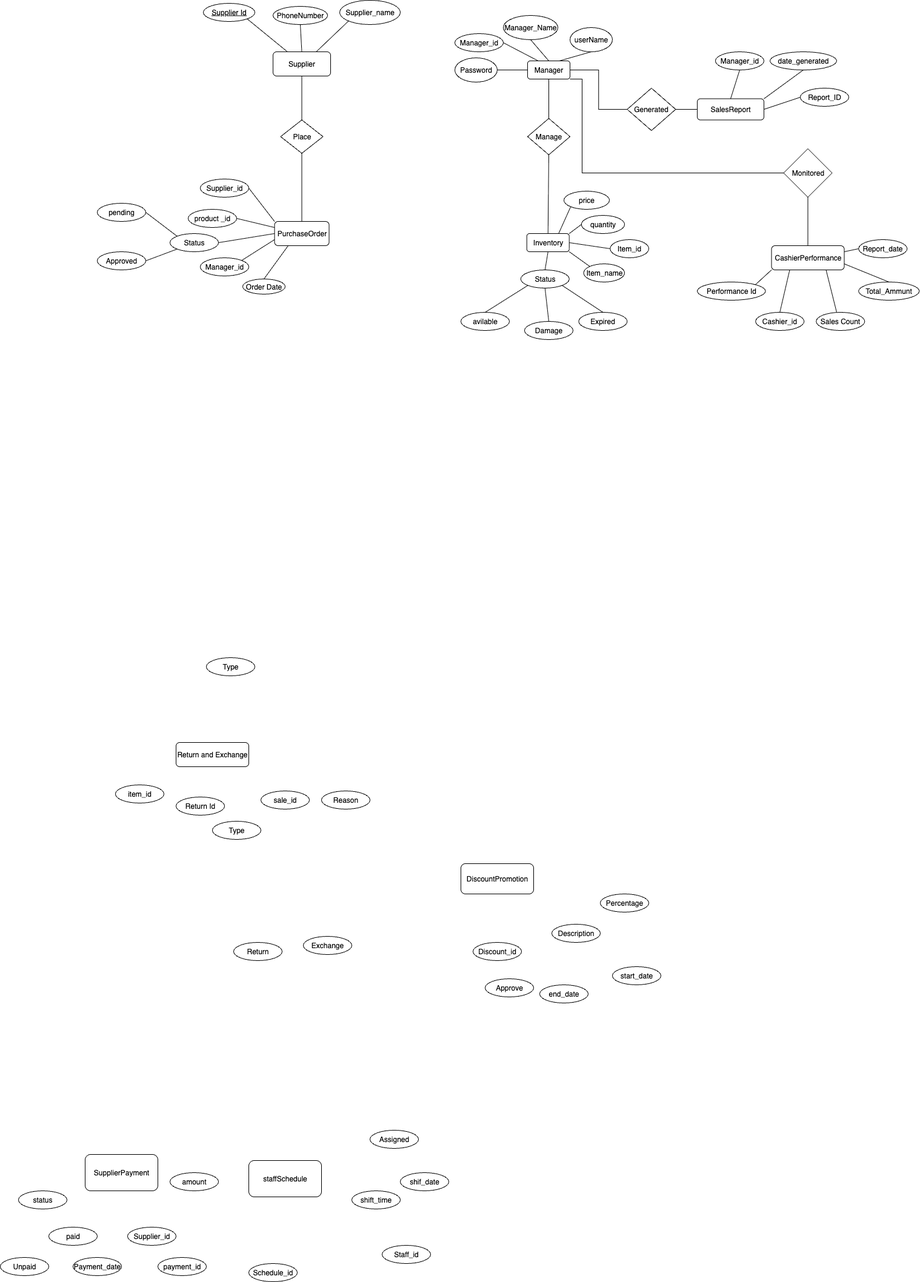
Before: Application ER .drawio.drawio.png, a diagram exported from draw.io (Application-Net-Framework/Shop-Management-System). Source tidied: cells renumbered, new cells last; positions are measured from the earlier drawing's top-left corner, leaving out a move shared by most shapes.
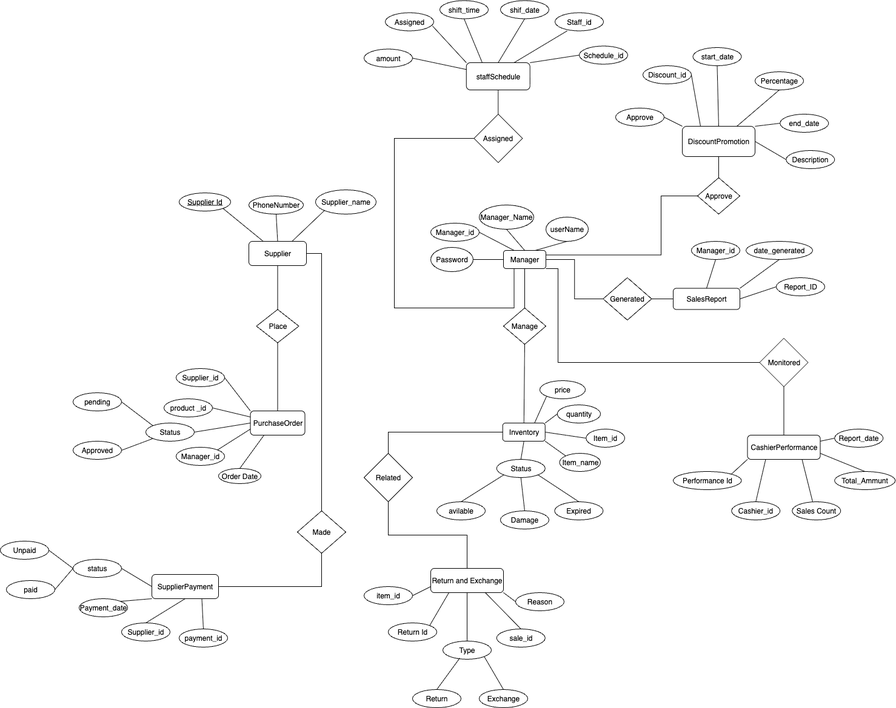
After the commit.

Change to the diagram source:
```diff
@@ -94,9 +94,6 @@
     <mxCell id="31" value="Report_ID" style="ellipse;whiteSpace=wrap;html=1;" parent="1" vertex="1">
       <mxGeometry x="1320" y="145" width="80" height="30" as="geometry" />
     </mxCell>
-    <mxCell id="32" value="Type" style="ellipse;whiteSpace=wrap;html=1;" parent="1" vertex="1">
-      <mxGeometry x="340" y="1085" width="80" height="30" as="geometry" />
-    </mxCell>
     <mxCell id="33" value="date_generated" style="ellipse;whiteSpace=wrap;html=1;" parent="1" vertex="1">
       <mxGeometry x="1270" y="85" width="110" height="30" as="geometry" />
     </mxCell>
@@ -122,91 +119,91 @@
       <mxGeometry x="1416.2" y="395" width="80" height="30" as="geometry" />
     </mxCell>
     <mxCell id="41" value="Return and Exchange" style="rounded=1;whiteSpace=wrap;html=1;" parent="1" vertex="1">
-      <mxGeometry x="290" y="1225" width="120" height="40" as="geometry" />
+      <mxGeometry x="750" y="625" width="120" height="40" as="geometry" />
     </mxCell>
     <mxCell id="42" value="Return Id" style="ellipse;whiteSpace=wrap;html=1;" parent="1" vertex="1">
-      <mxGeometry x="290" y="1315" width="80" height="30" as="geometry" />
+      <mxGeometry x="680" y="715" width="80" height="30" as="geometry" />
     </mxCell>
     <mxCell id="43" value="sale_id" style="ellipse;whiteSpace=wrap;html=1;" parent="1" vertex="1">
-      <mxGeometry x="430" y="1305" width="80" height="30" as="geometry" />
+      <mxGeometry x="858.8" y="725" width="80" height="30" as="geometry" />
     </mxCell>
     <mxCell id="44" value="item_id" style="ellipse;whiteSpace=wrap;html=1;" parent="1" vertex="1">
-      <mxGeometry x="190" y="1295" width="80" height="30" as="geometry" />
+      <mxGeometry x="640" y="655" width="80" height="30" as="geometry" />
     </mxCell>
     <mxCell id="45" value="Reason" style="ellipse;whiteSpace=wrap;html=1;" parent="1" vertex="1">
-      <mxGeometry x="530" y="1305" width="80" height="30" as="geometry" />
+      <mxGeometry x="890" y="665" width="80" height="30" as="geometry" />
     </mxCell>
     <mxCell id="46" value="Type" style="ellipse;whiteSpace=wrap;html=1;" parent="1" vertex="1">
-      <mxGeometry x="350" y="1355" width="80" height="30" as="geometry" />
+      <mxGeometry x="770" y="745" width="80" height="30" as="geometry" />
     </mxCell>
     <mxCell id="47" value="Exchange" style="ellipse;whiteSpace=wrap;html=1;" parent="1" vertex="1">
-      <mxGeometry x="500" y="1545" width="80" height="30" as="geometry" />
+      <mxGeometry x="830" y="825" width="80" height="30" as="geometry" />
     </mxCell>
     <mxCell id="48" value="Return" style="ellipse;whiteSpace=wrap;html=1;" parent="1" vertex="1">
-      <mxGeometry x="385" y="1555" width="80" height="30" as="geometry" />
+      <mxGeometry x="720" y="825" width="80" height="30" as="geometry" />
     </mxCell>
     <mxCell id="49" value="DiscountPromotion" style="rounded=1;whiteSpace=wrap;html=1;" parent="1" vertex="1">
-      <mxGeometry x="760" y="1425" width="120" height="50" as="geometry" />
+      <mxGeometry x="1165" y="-105" width="120" height="50" as="geometry" />
     </mxCell>
     <mxCell id="50" value="Discount_id" style="ellipse;whiteSpace=wrap;html=1;" parent="1" vertex="1">
-      <mxGeometry x="780" y="1555" width="80" height="30" as="geometry" />
+      <mxGeometry x="1100" y="-205" width="80" height="30" as="geometry" />
     </mxCell>
     <mxCell id="51" value="Description" style="ellipse;whiteSpace=wrap;html=1;" parent="1" vertex="1">
-      <mxGeometry x="910" y="1525" width="80" height="30" as="geometry" />
+      <mxGeometry x="1336.2" y="-65" width="80" height="30" as="geometry" />
     </mxCell>
     <mxCell id="52" value="Percentage" style="ellipse;whiteSpace=wrap;html=1;" parent="1" vertex="1">
-      <mxGeometry x="990" y="1475" width="80" height="30" as="geometry" />
+      <mxGeometry x="1285" y="-195" width="80" height="30" as="geometry" />
     </mxCell>
     <mxCell id="53" value="start_date" style="ellipse;whiteSpace=wrap;html=1;" parent="1" vertex="1">
-      <mxGeometry x="1010" y="1595" width="80" height="30" as="geometry" />
+      <mxGeometry x="1182.5" y="-235" width="80" height="30" as="geometry" />
     </mxCell>
     <mxCell id="54" value="end_date" style="ellipse;whiteSpace=wrap;html=1;" parent="1" vertex="1">
-      <mxGeometry x="890" y="1625" width="80" height="30" as="geometry" />
+      <mxGeometry x="1326.2" y="-125" width="80" height="30" as="geometry" />
     </mxCell>
     <mxCell id="55" value="Approve" style="ellipse;whiteSpace=wrap;html=1;" parent="1" vertex="1">
-      <mxGeometry x="800" y="1615" width="80" height="30" as="geometry" />
+      <mxGeometry x="1055" y="-135" width="80" height="30" as="geometry" />
     </mxCell>
     <mxCell id="56" value="staffSchedule" style="rounded=1;whiteSpace=wrap;html=1;" parent="1" vertex="1">
-      <mxGeometry x="410" y="1915" width="120" height="60" as="geometry" />
+      <mxGeometry x="808.8" y="-210" width="105" height="45" as="geometry" />
     </mxCell>
     <mxCell id="57" value="Schedule_id" style="ellipse;whiteSpace=wrap;html=1;" parent="1" vertex="1">
-      <mxGeometry x="410" y="2085" width="80" height="30" as="geometry" />
+      <mxGeometry x="995" y="-237.5" width="80" height="30" as="geometry" />
     </mxCell>
     <mxCell id="58" value="Staff_id" style="ellipse;whiteSpace=wrap;html=1;" parent="1" vertex="1">
-      <mxGeometry x="630" y="2055" width="80" height="30" as="geometry" />
+      <mxGeometry x="955" y="-292.5" width="80" height="30" as="geometry" />
     </mxCell>
     <mxCell id="59" value="shif_date" style="ellipse;whiteSpace=wrap;html=1;" parent="1" vertex="1">
-      <mxGeometry x="660" y="1935" width="80" height="30" as="geometry" />
+      <mxGeometry x="865" y="-312.5" width="80" height="30" as="geometry" />
     </mxCell>
     <mxCell id="60" value="shift_time" style="ellipse;whiteSpace=wrap;html=1;" parent="1" vertex="1">
-      <mxGeometry x="580" y="1965" width="80" height="30" as="geometry" />
+      <mxGeometry x="765" y="-312.5" width="80" height="30" as="geometry" />
     </mxCell>
     <mxCell id="61" value="Assigned" style="ellipse;whiteSpace=wrap;html=1;" parent="1" vertex="1">
-      <mxGeometry x="610" y="1865" width="80" height="30" as="geometry" />
+      <mxGeometry x="675" y="-292.5" width="80" height="30" as="geometry" />
     </mxCell>
     <mxCell id="62" value="SupplierPayment" style="rounded=1;whiteSpace=wrap;html=1;" parent="1" vertex="1">
-      <mxGeometry x="140" y="1905" width="120" height="60" as="geometry" />
+      <mxGeometry x="290" y="635" width="110" height="40" as="geometry" />
     </mxCell>
     <mxCell id="63" value="Supplier_id" style="ellipse;whiteSpace=wrap;html=1;" parent="1" vertex="1">
-      <mxGeometry x="210" y="2025" width="80" height="30" as="geometry" />
+      <mxGeometry x="240" y="715" width="80" height="30" as="geometry" />
     </mxCell>
     <mxCell id="64" value="payment_id" style="ellipse;whiteSpace=wrap;html=1;" parent="1" vertex="1">
-      <mxGeometry x="260" y="2075" width="80" height="30" as="geometry" />
+      <mxGeometry x="335" y="725" width="80" height="30" as="geometry" />
     </mxCell>
     <mxCell id="65" value="amount" style="ellipse;whiteSpace=wrap;html=1;" parent="1" vertex="1">
-      <mxGeometry x="280" y="1935" width="80" height="30" as="geometry" />
+      <mxGeometry x="640" y="-232.5" width="80" height="30" as="geometry" />
     </mxCell>
     <mxCell id="66" value="Payment_date" style="ellipse;whiteSpace=wrap;html=1;" parent="1" vertex="1">
-      <mxGeometry x="120" y="2075" width="80" height="30" as="geometry" />
+      <mxGeometry x="170" y="675" width="80" height="30" as="geometry" />
     </mxCell>
     <mxCell id="67" value="status" style="ellipse;whiteSpace=wrap;html=1;" parent="1" vertex="1">
-      <mxGeometry x="30" y="1965" width="80" height="30" as="geometry" />
+      <mxGeometry x="160" y="610" width="80" height="30" as="geometry" />
     </mxCell>
     <mxCell id="68" value="paid" style="ellipse;whiteSpace=wrap;html=1;" parent="1" vertex="1">
-      <mxGeometry x="80" y="2025" width="80" height="30" as="geometry" />
+      <mxGeometry x="50" y="645" width="80" height="30" as="geometry" />
     </mxCell>
     <mxCell id="69" value="Unpaid" style="ellipse;whiteSpace=wrap;html=1;" parent="1" vertex="1">
-      <mxGeometry y="2075" width="80" height="30" as="geometry" />
+      <mxGeometry x="40" y="580" width="80" height="30" as="geometry" />
     </mxCell>
     <mxCell id="70" style="endArrow=none;html=1;rounded=0;entryX=0.5;entryY=1;entryDx=0;entryDy=0;exitX=0.5;exitY=0;exitDx=0;exitDy=0;" parent="1" edge="1" source="4" target="3">
       <mxGeometry relative="1" as="geometry" />
@@ -337,5 +334,132 @@
     <mxCell id="110" style="endArrow=none;html=1;rounded=0;entryX=1;entryY=0.25;entryDx=0;entryDy=0;exitX=0;exitY=0.5;exitDx=0;exitDy=0;" parent="1" edge="1" source="40" target="35">
       <mxGeometry relative="1" as="geometry" />
     </mxCell>
+    <mxCell id="111" style="endArrow=none;html=1;rounded=0;entryX=1;entryY=0.5;entryDx=0;entryDy=0;exitX=0;exitY=0;exitDx=0;exitDy=0;" parent="1" edge="1" source="49" target="55">
+      <mxGeometry relative="1" as="geometry" />
+    </mxCell>
+    <mxCell id="112" style="endArrow=none;html=1;rounded=0;entryX=1;entryY=0.5;entryDx=0;entryDy=0;exitX=0.25;exitY=0;exitDx=0;exitDy=0;" parent="1" edge="1" source="49" target="50">
+      <mxGeometry relative="1" as="geometry" />
+    </mxCell>
+    <mxCell id="113" style="endArrow=none;html=1;rounded=0;entryX=0.5;entryY=1;entryDx=0;entryDy=0;exitX=0.5;exitY=0;exitDx=0;exitDy=0;" parent="1" edge="1" source="49" target="53">
+      <mxGeometry relative="1" as="geometry" />
+    </mxCell>
+    <mxCell id="114" style="endArrow=none;html=1;rounded=0;entryX=0.5;entryY=1;entryDx=0;entryDy=0;exitX=0.75;exitY=0;exitDx=0;exitDy=0;" parent="1" edge="1" source="49" target="52">
+      <mxGeometry relative="1" as="geometry" />
+    </mxCell>
+    <mxCell id="115" style="endArrow=none;html=1;rounded=0;entryX=0;entryY=0.5;entryDx=0;entryDy=0;exitX=1;exitY=0;exitDx=0;exitDy=0;" parent="1" edge="1" source="49" target="54">
+      <mxGeometry relative="1" as="geometry" />
+    </mxCell>
+    <mxCell id="116" style="endArrow=none;html=1;rounded=0;entryX=0;entryY=0.5;entryDx=0;entryDy=0;exitX=1;exitY=0.5;exitDx=0;exitDy=0;" parent="1" edge="1" source="49" target="51">
+      <mxGeometry relative="1" as="geometry" />
+    </mxCell>
+    <mxCell id="117" value="Approve" style="rhombus;whiteSpace=wrap;html=1;" parent="1" vertex="1">
+      <mxGeometry x="1190" y="-20" width="70" height="60" as="geometry" />
+    </mxCell>
+    <mxCell id="118" style="endArrow=none;html=1;rounded=0;entryX=0.5;entryY=1;entryDx=0;entryDy=0;" parent="1" edge="1" source="117" target="49">
+      <mxGeometry relative="1" as="geometry" />
+    </mxCell>
+    <mxCell id="119" style="endArrow=none;html=1;rounded=0;entryX=0;entryY=0.5;entryDx=0;entryDy=0;exitX=1;exitY=0.25;exitDx=0;exitDy=0;edgeStyle=orthogonalEdgeStyle;" parent="1" edge="1" source="3" target="117">
+      <mxGeometry relative="1" as="geometry">
+        <Array as="points">
+          <mxPoint x="1130" y="108" />
+          <mxPoint x="1130" y="10" />
+        </Array>
+      </mxGeometry>
+    </mxCell>
+    <mxCell id="120" value="Related" style="rhombus;whiteSpace=wrap;html=1;" parent="1" vertex="1">
+      <mxGeometry x="640" y="435" width="80" height="80" as="geometry" />
+    </mxCell>
+    <mxCell id="121" style="endArrow=none;html=1;rounded=0;entryX=0.5;entryY=1;entryDx=0;entryDy=0;exitX=0.5;exitY=0;exitDx=0;exitDy=0;" parent="1" edge="1" source="46" target="41">
+      <mxGeometry relative="1" as="geometry" />
+    </mxCell>
+    <mxCell id="122" style="endArrow=none;html=1;rounded=0;entryX=0.75;entryY=1;entryDx=0;entryDy=0;exitX=0.5;exitY=0;exitDx=0;exitDy=0;" parent="1" edge="1" source="43" target="41">
+      <mxGeometry relative="1" as="geometry" />
+    </mxCell>
+    <mxCell id="123" style="endArrow=none;html=1;rounded=0;entryX=1;entryY=1;entryDx=0;entryDy=0;exitX=0;exitY=0.5;exitDx=0;exitDy=0;" parent="1" edge="1" source="45" target="41">
+      <mxGeometry relative="1" as="geometry" />
+    </mxCell>
+    <mxCell id="124" style="endArrow=none;html=1;rounded=0;entryX=0.25;entryY=1;entryDx=0;entryDy=0;exitX=1;exitY=0;exitDx=0;exitDy=0;" parent="1" edge="1" source="42" target="41">
+      <mxGeometry relative="1" as="geometry" />
+    </mxCell>
+    <mxCell id="125" style="endArrow=none;html=1;rounded=0;entryX=0;entryY=0.75;entryDx=0;entryDy=0;exitX=1;exitY=0.5;exitDx=0;exitDy=0;" parent="1" edge="1" source="44" target="41">
+      <mxGeometry relative="1" as="geometry" />
+    </mxCell>
+    <mxCell id="126" style="endArrow=none;html=1;rounded=0;entryX=1;entryY=1;entryDx=0;entryDy=0;exitX=0.5;exitY=0;exitDx=0;exitDy=0;" parent="1" edge="1" source="47" target="46">
+      <mxGeometry relative="1" as="geometry" />
+    </mxCell>
+    <mxCell id="127" style="endArrow=none;html=1;rounded=0;entryX=0.35;entryY=0.933;entryDx=0;entryDy=0;exitX=0.5;exitY=0;exitDx=0;exitDy=0;entryPerimeter=0;" parent="1" edge="1" source="48" target="46">
+      <mxGeometry relative="1" as="geometry" />
+    </mxCell>
+    <mxCell id="128" style="endArrow=none;html=1;rounded=0;entryX=0.5;entryY=1;entryDx=0;entryDy=0;exitX=0.5;exitY=0;exitDx=0;exitDy=0;edgeStyle=orthogonalEdgeStyle;" parent="1" edge="1" source="41" target="120">
+      <mxGeometry relative="1" as="geometry" />
+    </mxCell>
+    <mxCell id="129" style="endArrow=none;html=1;rounded=0;exitX=0;exitY=0.5;exitDx=0;exitDy=0;entryX=0.5;entryY=0;entryDx=0;entryDy=0;edgeStyle=orthogonalEdgeStyle;" parent="1" edge="1" source="5" target="120">
+      <mxGeometry relative="1" as="geometry" />
+    </mxCell>
+    <mxCell id="130" value="Made" style="rhombus;whiteSpace=wrap;html=1;" parent="1" vertex="1">
+      <mxGeometry x="530" y="530" width="80" height="70" as="geometry" />
+    </mxCell>
+    <mxCell id="131" style="endArrow=none;html=1;rounded=0;entryX=0.5;entryY=1;entryDx=0;entryDy=0;exitX=1;exitY=0.5;exitDx=0;exitDy=0;edgeStyle=orthogonalEdgeStyle;" parent="1" edge="1" source="62" target="130">
+      <mxGeometry relative="1" as="geometry" />
+    </mxCell>
+    <mxCell id="132" style="endArrow=none;html=1;rounded=0;entryX=0.5;entryY=0;entryDx=0;entryDy=0;exitX=1;exitY=0.5;exitDx=0;exitDy=0;edgeStyle=orthogonalEdgeStyle;" parent="1" edge="1" source="26" target="130">
+      <mxGeometry relative="1" as="geometry">
+        <Array as="points">
+          <mxPoint x="570" y="105" />
+          <mxPoint x="570" y="525" />
+        </Array>
+      </mxGeometry>
+    </mxCell>
+    <mxCell id="133" style="endArrow=none;html=1;rounded=0;entryX=0.75;entryY=1;entryDx=0;entryDy=0;exitX=0.5;exitY=0;exitDx=0;exitDy=0;" parent="1" edge="1" source="64" target="62">
+      <mxGeometry relative="1" as="geometry" />
+    </mxCell>
+    <mxCell id="134" style="endArrow=none;html=1;rounded=0;entryX=0.5;entryY=1;entryDx=0;entryDy=0;exitX=0.5;exitY=0;exitDx=0;exitDy=0;" parent="1" edge="1" source="63" target="62">
+      <mxGeometry relative="1" as="geometry" />
+    </mxCell>
+    <mxCell id="135" style="endArrow=none;html=1;rounded=0;entryX=0;entryY=1;entryDx=0;entryDy=0;exitX=1;exitY=0;exitDx=0;exitDy=0;" parent="1" edge="1" source="66" target="62">
+      <mxGeometry relative="1" as="geometry" />
+    </mxCell>
+    <mxCell id="136" style="endArrow=none;html=1;rounded=0;entryX=0;entryY=0.5;entryDx=0;entryDy=0;exitX=1;exitY=0.5;exitDx=0;exitDy=0;" parent="1" edge="1" source="67" target="62">
+      <mxGeometry relative="1" as="geometry" />
+    </mxCell>
+    <mxCell id="137" style="endArrow=none;html=1;rounded=0;entryX=1;entryY=0.5;entryDx=0;entryDy=0;exitX=0;exitY=0.5;exitDx=0;exitDy=0;" parent="1" edge="1" source="67" target="69">
+      <mxGeometry relative="1" as="geometry" />
+    </mxCell>
+    <mxCell id="138" style="endArrow=none;html=1;rounded=0;entryX=0;entryY=0.5;entryDx=0;entryDy=0;exitX=1;exitY=0.5;exitDx=0;exitDy=0;" parent="1" edge="1" source="68" target="67">
+      <mxGeometry relative="1" as="geometry" />
+    </mxCell>
+    <mxCell id="139" value="Assigned" style="rhombus;whiteSpace=wrap;html=1;" parent="1" vertex="1">
+      <mxGeometry x="821.2" y="-125" width="80" height="80" as="geometry" />
+    </mxCell>
+    <mxCell id="140" style="endArrow=none;html=1;rounded=0;entryX=0.5;entryY=1;entryDx=0;entryDy=0;exitX=0.25;exitY=0;exitDx=0;exitDy=0;" parent="1" edge="1" source="56" target="60">
+      <mxGeometry relative="1" as="geometry" />
+    </mxCell>
+    <mxCell id="141" style="endArrow=none;html=1;rounded=0;entryX=0.5;entryY=1;entryDx=0;entryDy=0;exitX=0.5;exitY=0;exitDx=0;exitDy=0;" parent="1" edge="1" source="56" target="59">
+      <mxGeometry relative="1" as="geometry" />
+    </mxCell>
+    <mxCell id="142" style="endArrow=none;html=1;rounded=0;entryX=0.25;entryY=1;entryDx=0;entryDy=0;exitX=0.75;exitY=0;exitDx=0;exitDy=0;entryPerimeter=0;" parent="1" edge="1" source="56" target="58">
+      <mxGeometry relative="1" as="geometry" />
+    </mxCell>
+    <mxCell id="143" style="endArrow=none;html=1;rounded=0;entryX=0;entryY=0.5;entryDx=0;entryDy=0;exitX=1;exitY=0;exitDx=0;exitDy=0;" parent="1" edge="1" source="56" target="57">
+      <mxGeometry relative="1" as="geometry" />
+    </mxCell>
+    <mxCell id="144" style="endArrow=none;html=1;rounded=0;entryX=0.975;entryY=0.733;entryDx=0;entryDy=0;exitX=0;exitY=0;exitDx=0;exitDy=0;entryPerimeter=0;" parent="1" edge="1" source="56" target="61">
+      <mxGeometry relative="1" as="geometry" />
+    </mxCell>
+    <mxCell id="145" style="endArrow=none;html=1;rounded=0;entryX=1;entryY=0.5;entryDx=0;entryDy=0;exitX=0;exitY=0.25;exitDx=0;exitDy=0;" parent="1" edge="1" source="56" target="65">
+      <mxGeometry relative="1" as="geometry" />
+    </mxCell>
+    <mxCell id="146" style="endArrow=none;html=1;rounded=0;entryX=0.5;entryY=1;entryDx=0;entryDy=0;exitX=0.5;exitY=0;exitDx=0;exitDy=0;edgeStyle=orthogonalEdgeStyle;" parent="1" edge="1" source="139" target="56">
+      <mxGeometry relative="1" as="geometry" />
+    </mxCell>
+    <mxCell id="147" style="endArrow=none;html=1;rounded=0;entryX=0;entryY=0.5;entryDx=0;entryDy=0;exitX=0.25;exitY=1;exitDx=0;exitDy=0;edgeStyle=orthogonalEdgeStyle;" parent="1" edge="1" source="3" target="139">
+      <mxGeometry relative="1" as="geometry">
+        <Array as="points">
+          <mxPoint x="888" y="195" />
+          <mxPoint x="690" y="195" />
+          <mxPoint x="690" y="-85" />
+        </Array>
+      </mxGeometry>
+    </mxCell>
   </root>
 </mxGraphModel>
```
